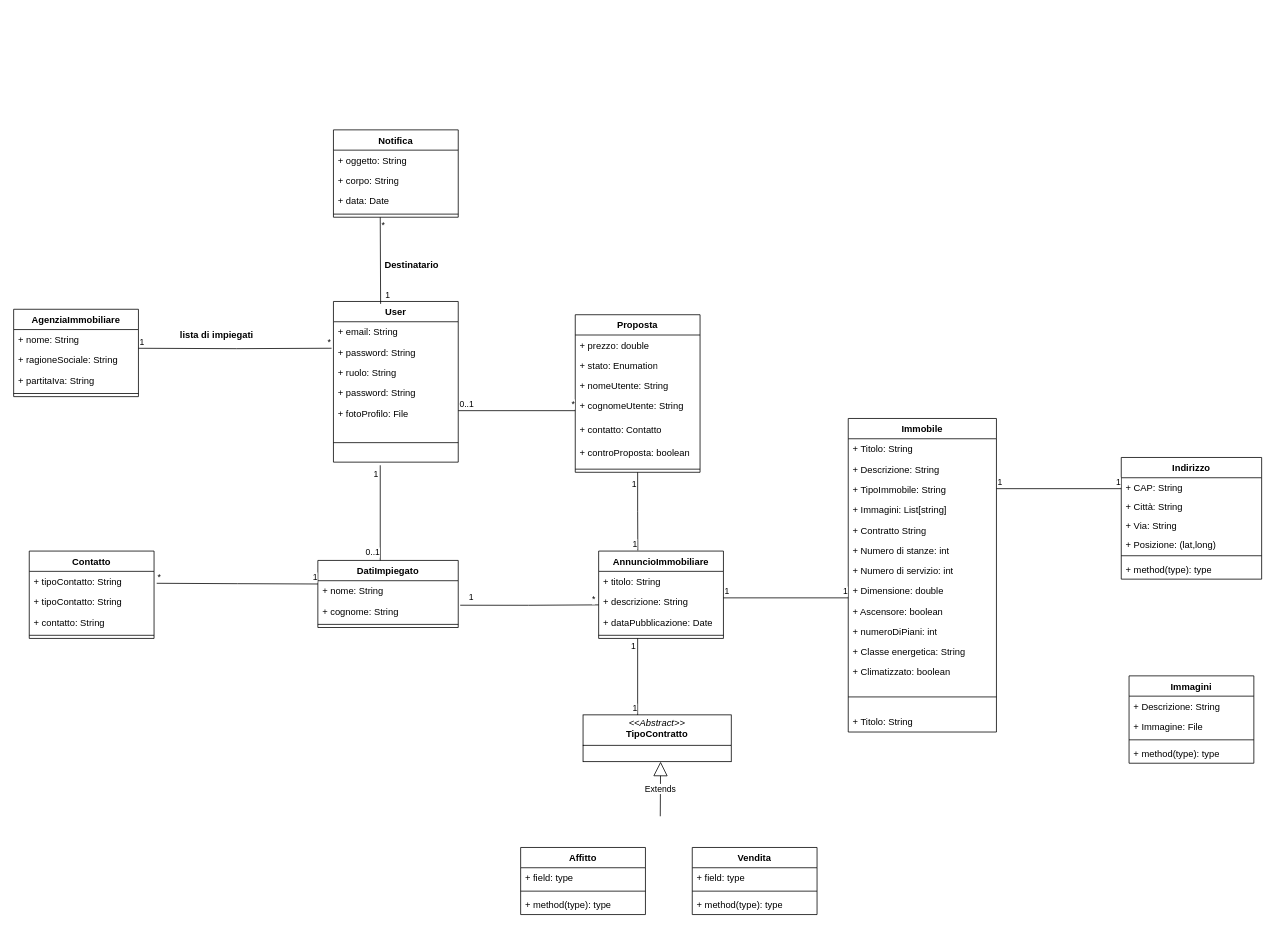
Sperob98/Documentazione-DietiEstates25 keeps this draw.io diagram as diagrammi/diagramma delle classi.drawio. Above is the earlier version. Source tidied: cells renumbered, new cells numbered last; positions are measured from the earlier drawing's top-left corner, leaving out a move shared by most shapes. Both pictures are drawn from the tidied source at 78%, with x=0, y=0 at pixel (13, 129).
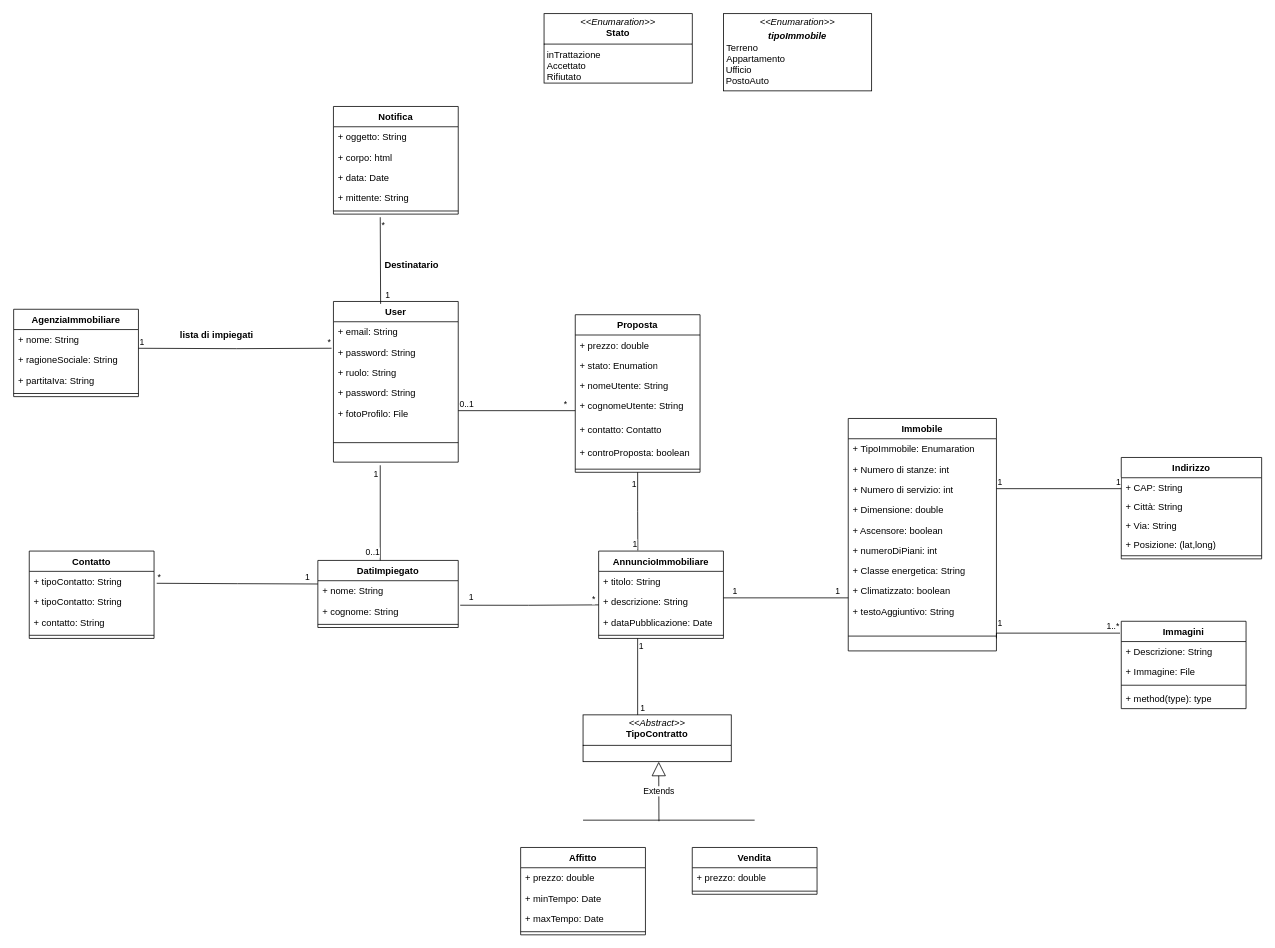
After the change.

The change refers to these unchanged cells:
```xml
<mxCell id="66" style="endArrow=none;html=1;edgeStyle=orthogonalEdgeStyle;rounded=0;entryX=-0.015;entryY=0.306;entryDx=0;entryDy=0;entryPerimeter=0;exitX=1.021;exitY=0.888;exitDx=0;exitDy=0;exitPerimeter=0;" parent="1" edge="1">
  <mxGeometry relative="1" as="geometry">
    <mxPoint x="183.4" y="581.3" as="sourcePoint" />
    <mxPoint x="390" y="582.2" as="targetPoint" />
  </mxGeometry>
</mxCell>
<mxCell id="80" style="endArrow=none;html=1;edgeStyle=orthogonalEdgeStyle;rounded=0;" parent="1" edge="1">
  <mxGeometry relative="1" as="geometry">
    <mxPoint x="910" y="600" as="sourcePoint" />
    <mxPoint x="1070" y="600" as="targetPoint" />
  </mxGeometry>
</mxCell>
<mxCell id="83" style="endArrow=none;html=1;edgeStyle=orthogonalEdgeStyle;rounded=0;" parent="1" edge="1">
  <mxGeometry relative="1" as="geometry">
    <mxPoint x="800" y="652" as="sourcePoint" />
    <mxPoint x="800" y="750" as="targetPoint" />
  </mxGeometry>
</mxCell>
<mxCell id="100" style="endArrow=none;html=1;edgeStyle=orthogonalEdgeStyle;rounded=0;" parent="1" edge="1">
  <mxGeometry relative="1" as="geometry">
    <mxPoint x="570" y="360" as="sourcePoint" />
    <mxPoint x="720" y="360" as="targetPoint" />
  </mxGeometry>
</mxCell>
```

Change to the diagram source:
```diff
@@
     <mxCell id="2" value="Immobile" style="swimlane;fontStyle=1;align=center;verticalAlign=top;horizontal=1;startSize=26;whiteSpace=wrap;html=1;" parent="1" vertex="1">
-      <mxGeometry x="1070" y="370" width="190" height="402" as="geometry" />
+      <mxGeometry x="1070" y="370" width="190" height="298" as="geometry" />
     </mxCell>
-    <mxCell id="3" value="+ Titolo: String" style="text;strokeColor=none;fillColor=none;align=left;verticalAlign=top;spacingLeft=4;spacingRight=4;overflow=hidden;whiteSpace=wrap;html=1;" parent="2" vertex="1">
-      <mxGeometry y="26" width="190" height="26" as="geometry" />
-    </mxCell>
-    <mxCell id="4" value="+ Descrizione: String" style="text;strokeColor=none;fillColor=none;align=left;verticalAlign=top;spacingLeft=4;spacingRight=4;overflow=hidden;whiteSpace=wrap;html=1;" parent="2" vertex="1">
-      <mxGeometry y="52" width="190" height="26" as="geometry" />
-    </mxCell>
-    <mxCell id="5" value="+ TipoImmobile: String" style="text;strokeColor=none;fillColor=none;align=left;verticalAlign=top;spacingLeft=4;spacingRight=4;overflow=hidden;whiteSpace=wrap;html=1;" parent="2" vertex="1">
-      <mxGeometry y="78" width="190" height="26" as="geometry" />
+    <mxCell id="5" value="+ TipoImmobile: Enumaration" style="text;strokeColor=none;fillColor=none;align=left;verticalAlign=top;spacingLeft=4;spacingRight=4;overflow=hidden;whiteSpace=wrap;html=1;" parent="2" vertex="1">
+      <mxGeometry y="26" width="190" height="26" as="geometry" />
     </mxCell>
-    <mxCell id="6" value="+ Immagini: List[string]" style="text;strokeColor=none;fillColor=none;align=left;verticalAlign=top;spacingLeft=4;spacingRight=4;overflow=hidden;whiteSpace=wrap;html=1;" parent="2" vertex="1">
-      <mxGeometry y="104" width="190" height="26" as="geometry" />
-    </mxCell>
-    <mxCell id="7" value="+ Contratto String&lt;div&gt;&lt;br&gt;&lt;/div&gt;" style="text;strokeColor=none;fillColor=none;align=left;verticalAlign=top;spacingLeft=4;spacingRight=4;overflow=hidden;whiteSpace=wrap;html=1;" parent="2" vertex="1">
-      <mxGeometry y="130" width="190" height="26" as="geometry" />
-    </mxCell>
     <mxCell id="8" value="+ Numero di stanze: int&lt;div&gt;&lt;br&gt;&lt;/div&gt;" style="text;strokeColor=none;fillColor=none;align=left;verticalAlign=top;spacingLeft=4;spacingRight=4;overflow=hidden;whiteSpace=wrap;html=1;" parent="2" vertex="1">
-      <mxGeometry y="156" width="190" height="26" as="geometry" />
+      <mxGeometry y="52" width="190" height="26" as="geometry" />
     </mxCell>
     <mxCell id="9" value="+ Numero di servizio: int&lt;div&gt;&lt;br&gt;&lt;/div&gt;" style="text;strokeColor=none;fillColor=none;align=left;verticalAlign=top;spacingLeft=4;spacingRight=4;overflow=hidden;whiteSpace=wrap;html=1;" parent="2" vertex="1">
-      <mxGeometry y="182" width="190" height="26" as="geometry" />
+      <mxGeometry y="78" width="190" height="26" as="geometry" />
     </mxCell>
     <mxCell id="10" value="+ Dimensione: double&lt;div&gt;&lt;br&gt;&lt;div&gt;&lt;br&gt;&lt;/div&gt;&lt;/div&gt;" style="text;strokeColor=none;fillColor=none;align=left;verticalAlign=top;spacingLeft=4;spacingRight=4;overflow=hidden;whiteSpace=wrap;html=1;" parent="2" vertex="1">
-      <mxGeometry y="208" width="190" height="26" as="geometry" />
+      <mxGeometry y="104" width="190" height="26" as="geometry" />
     </mxCell>
     <mxCell id="11" value="+ Ascensore: boolean&lt;div&gt;&lt;br&gt;&lt;/div&gt;" style="text;strokeColor=none;fillColor=none;align=left;verticalAlign=top;spacingLeft=4;spacingRight=4;overflow=hidden;whiteSpace=wrap;html=1;" parent="2" vertex="1">
-      <mxGeometry y="234" width="190" height="26" as="geometry" />
+      <mxGeometry y="130" width="190" height="26" as="geometry" />
     </mxCell>
     <mxCell id="12" value="+ numeroDiPiani: int&lt;div&gt;&lt;br&gt;&lt;/div&gt;" style="text;strokeColor=none;fillColor=none;align=left;verticalAlign=top;spacingLeft=4;spacingRight=4;overflow=hidden;whiteSpace=wrap;html=1;" parent="2" vertex="1">
-      <mxGeometry y="260" width="190" height="26" as="geometry" />
+      <mxGeometry y="156" width="190" height="26" as="geometry" />
     </mxCell>
     <mxCell id="13" value="+ Classe energetica: String&lt;div&gt;&lt;br&gt;&lt;/div&gt;" style="text;strokeColor=none;fillColor=none;align=left;verticalAlign=top;spacingLeft=4;spacingRight=4;overflow=hidden;whiteSpace=wrap;html=1;" parent="2" vertex="1">
-      <mxGeometry y="286" width="190" height="26" as="geometry" />
+      <mxGeometry y="182" width="190" height="26" as="geometry" />
     </mxCell>
     <mxCell id="14" value="+ Climatizzato: boolean&lt;div&gt;&lt;br&gt;&lt;/div&gt;" style="text;strokeColor=none;fillColor=none;align=left;verticalAlign=top;spacingLeft=4;spacingRight=4;overflow=hidden;whiteSpace=wrap;html=1;" parent="2" vertex="1">
-      <mxGeometry y="312" width="190" height="26" as="geometry" />
+      <mxGeometry y="208" width="190" height="26" as="geometry" />
     </mxCell>
+    <mxCell id="110" value="+ testoAggiuntivo: String&lt;div&gt;&lt;br&gt;&lt;/div&gt;" style="text;strokeColor=none;fillColor=none;align=left;verticalAlign=top;spacingLeft=4;spacingRight=4;overflow=hidden;whiteSpace=wrap;html=1;" parent="2" vertex="1">
+      <mxGeometry y="234" width="190" height="26" as="geometry" />
+    </mxCell>
     <mxCell id="15" style="line;strokeWidth=1;fillColor=none;align=left;verticalAlign=middle;spacingTop=-1;spacingLeft=3;spacingRight=3;labelPosition=right;strokeColor=inherit;" parent="2" vertex="1">
-      <mxGeometry y="338" width="190" height="38" as="geometry" />
+      <mxGeometry y="260" width="190" height="38" as="geometry" />
     </mxCell>
-    <mxCell id="16" value="+ Titolo: String" style="text;strokeColor=none;fillColor=none;align=left;verticalAlign=top;spacingLeft=4;spacingRight=4;overflow=hidden;whiteSpace=wrap;html=1;" parent="2" vertex="1">
-      <mxGeometry y="376" width="190" height="26" as="geometry" />
-    </mxCell>
     <mxCell id="17" value="Indirizzo&lt;div&gt;&lt;br&gt;&lt;/div&gt;" style="swimlane;fontStyle=1;align=center;verticalAlign=top;horizontal=1;startSize=26;whiteSpace=wrap;html=1;" parent="1" vertex="1">
-      <mxGeometry x="1420" y="420" width="180" height="156" as="geometry" />
+      <mxGeometry x="1420" y="420" width="180" height="130" as="geometry" />
     </mxCell>
@@
-    <mxCell id="23" value="+ method(type): type" style="text;strokeColor=none;fillColor=none;align=left;verticalAlign=top;spacingLeft=4;spacingRight=4;overflow=hidden;whiteSpace=wrap;html=1;" parent="17" vertex="1">
-      <mxGeometry y="130" width="180" height="26" as="geometry" />
-    </mxCell>
     <mxCell id="24" value="Immagini" style="swimlane;fontStyle=1;align=center;verticalAlign=top;horizontal=1;startSize=26;whiteSpace=wrap;html=1;" parent="1" vertex="1">
-      <mxGeometry x="1430" y="700" width="160" height="112" as="geometry" />
+      <mxGeometry x="1420" y="630" width="160" height="112" as="geometry" />
     </mxCell>
@@
     <mxCell id="32" value="Affitto" style="swimlane;fontStyle=1;align=center;verticalAlign=top;horizontal=1;startSize=26;whiteSpace=wrap;html=1;" parent="1" vertex="1">
-      <mxGeometry x="650" y="920" width="160" height="86" as="geometry" />
+      <mxGeometry x="650" y="920" width="160" height="112" as="geometry" />
     </mxCell>
-    <mxCell id="33" value="+ field: type" style="text;strokeColor=none;fillColor=none;align=left;verticalAlign=top;spacingLeft=4;spacingRight=4;overflow=hidden;whiteSpace=wrap;html=1;" parent="32" vertex="1">
+    <mxCell id="33" value="+ prezzo: double" style="text;strokeColor=none;fillColor=none;align=left;verticalAlign=top;spacingLeft=4;spacingRight=4;overflow=hidden;whiteSpace=wrap;html=1;" parent="32" vertex="1">
       <mxGeometry y="26" width="160" height="26" as="geometry" />
     </mxCell>
+    <mxCell id="111" value="+ minTempo: Date" style="text;strokeColor=none;fillColor=none;align=left;verticalAlign=top;spacingLeft=4;spacingRight=4;overflow=hidden;whiteSpace=wrap;html=1;" parent="32" vertex="1">
+      <mxGeometry y="52" width="160" height="26" as="geometry" />
+    </mxCell>
+    <mxCell id="112" value="+ maxTempo: Date" style="text;strokeColor=none;fillColor=none;align=left;verticalAlign=top;spacingLeft=4;spacingRight=4;overflow=hidden;whiteSpace=wrap;html=1;" parent="32" vertex="1">
+      <mxGeometry y="78" width="160" height="26" as="geometry" />
+    </mxCell>
     <mxCell id="34" style="line;strokeWidth=1;fillColor=none;align=left;verticalAlign=middle;spacingTop=-1;spacingLeft=3;spacingRight=3;labelPosition=right;strokeColor=inherit;" parent="32" vertex="1">
-      <mxGeometry y="52" width="160" height="8" as="geometry" />
+      <mxGeometry y="104" width="160" height="8" as="geometry" />
     </mxCell>
-    <mxCell id="35" value="+ method(type): type" style="text;strokeColor=none;fillColor=none;align=left;verticalAlign=top;spacingLeft=4;spacingRight=4;overflow=hidden;whiteSpace=wrap;html=1;" parent="32" vertex="1">
-      <mxGeometry y="60" width="160" height="26" as="geometry" />
-    </mxCell>
     <mxCell id="36" value="Vendita" style="swimlane;fontStyle=1;align=center;verticalAlign=top;horizontal=1;startSize=26;whiteSpace=wrap;html=1;" parent="1" vertex="1">
-      <mxGeometry x="870" y="920" width="160" height="86" as="geometry" />
+      <mxGeometry x="870" y="920" width="160" height="60" as="geometry" />
     </mxCell>
-    <mxCell id="37" value="+ field: type" style="text;strokeColor=none;fillColor=none;align=left;verticalAlign=top;spacingLeft=4;spacingRight=4;overflow=hidden;whiteSpace=wrap;html=1;" parent="36" vertex="1">
+    <mxCell id="37" value="+ prezzo: double" style="text;strokeColor=none;fillColor=none;align=left;verticalAlign=top;spacingLeft=4;spacingRight=4;overflow=hidden;whiteSpace=wrap;html=1;" parent="36" vertex="1">
       <mxGeometry y="26" width="160" height="26" as="geometry" />
     </mxCell>
@@
-    <mxCell id="39" value="+ method(type): type" style="text;strokeColor=none;fillColor=none;align=left;verticalAlign=top;spacingLeft=4;spacingRight=4;overflow=hidden;whiteSpace=wrap;html=1;" parent="36" vertex="1">
-      <mxGeometry y="60" width="160" height="26" as="geometry" />
-    </mxCell>
@@
     <mxCell id="68" value="1" style="edgeLabel;html=1;align=right;verticalAlign=bottom;" parent="66" vertex="1">
-      <mxGeometry x="1" relative="1" as="geometry" />
+      <mxGeometry x="1" relative="1" as="geometry">
+        <mxPoint x="-10" as="offset" />
+      </mxGeometry>
     </mxCell>
@@
     <mxCell id="81" value="1" style="edgeLabel;html=1;align=left;verticalAlign=bottom;" parent="80" vertex="1">
-      <mxGeometry x="-1" relative="1" as="geometry" />
+      <mxGeometry x="-1" relative="1" as="geometry">
+        <mxPoint x="10" as="offset" />
+      </mxGeometry>
     </mxCell>
     <mxCell id="82" value="1" style="edgeLabel;html=1;align=right;verticalAlign=bottom;" parent="80" vertex="1">
-      <mxGeometry x="1" relative="1" as="geometry" />
+      <mxGeometry x="1" relative="1" as="geometry">
+        <mxPoint x="-10" as="offset" />
+      </mxGeometry>
     </mxCell>
@@
     <mxCell id="84" value="1" style="edgeLabel;html=1;align=left;verticalAlign=bottom;" parent="83" vertex="1">
       <mxGeometry x="-1" relative="1" as="geometry">
-        <mxPoint x="-10" y="18" as="offset" />
+        <mxPoint y="18" as="offset" />
       </mxGeometry>
     </mxCell>
     <mxCell id="85" value="1" style="edgeLabel;html=1;align=right;verticalAlign=bottom;" parent="83" vertex="1">
-      <mxGeometry x="1" relative="1" as="geometry" />
+      <mxGeometry x="1" relative="1" as="geometry">
+        <mxPoint x="10" as="offset" />
+      </mxGeometry>
     </mxCell>
     <mxCell id="86" value="Notifica" style="swimlane;fontStyle=1;align=center;verticalAlign=top;horizontal=1;startSize=26;whiteSpace=wrap;html=1;" parent="1" vertex="1">
-      <mxGeometry x="410" width="160" height="112" as="geometry" />
+      <mxGeometry x="410" y="-30" width="160" height="138" as="geometry" />
     </mxCell>
@@
-    <mxCell id="88" value="+ corpo: String" style="text;strokeColor=none;fillColor=none;align=left;verticalAlign=top;spacingLeft=4;spacingRight=4;overflow=hidden;whiteSpace=wrap;html=1;" parent="86" vertex="1">
+    <mxCell id="88" value="+ corpo: html" style="text;strokeColor=none;fillColor=none;align=left;verticalAlign=top;spacingLeft=4;spacingRight=4;overflow=hidden;whiteSpace=wrap;html=1;" parent="86" vertex="1">
       <mxGeometry y="52" width="160" height="26" as="geometry" />
     </mxCell>
@@
+    <mxCell id="113" value="+ mittente: String" style="text;strokeColor=none;fillColor=none;align=left;verticalAlign=top;spacingLeft=4;spacingRight=4;overflow=hidden;whiteSpace=wrap;html=1;" parent="86" vertex="1">
+      <mxGeometry y="104" width="160" height="26" as="geometry" />
+    </mxCell>
     <mxCell id="90" style="line;strokeWidth=1;fillColor=none;align=left;verticalAlign=middle;spacingTop=-1;spacingLeft=3;spacingRight=3;labelPosition=right;strokeColor=inherit;" parent="86" vertex="1">
-      <mxGeometry y="104" width="160" height="8" as="geometry" />
+      <mxGeometry y="130" width="160" height="8" as="geometry" />
     </mxCell>
-    <mxCell id="91" value="Extends" style="endArrow=block;endSize=16;endFill=0;html=1;rounded=0;" parent="1" edge="1">
+    <mxCell id="91" value="Extends" style="endArrow=block;endSize=16;endFill=0;html=1;rounded=0;exitX=0.973;exitY=0.633;exitDx=0;exitDy=0;exitPerimeter=0;" parent="1" edge="1" source="115">
       <mxGeometry relative="1" as="geometry">
-        <mxPoint x="829" y="880" as="sourcePoint" />
-        <mxPoint x="829.4" y="810" as="targetPoint" />
+        <mxPoint x="827" y="810" as="targetPoint" />
       </mxGeometry>
     </mxCell>
@@
     <mxCell id="102" value="*" style="edgeLabel;html=1;align=right;verticalAlign=bottom;" parent="100" vertex="1">
-      <mxGeometry x="1" relative="1" as="geometry" />
+      <mxGeometry x="1" relative="1" as="geometry">
+        <mxPoint x="-10" as="offset" />
+      </mxGeometry>
     </mxCell>
@@
+    <mxCell id="114" value="&lt;p style=&quot;margin:0px;margin-top:4px;text-align:center;&quot;&gt;&lt;i&gt;&amp;lt;&amp;lt;Enumaration&amp;gt;&amp;gt;&lt;/i&gt;&lt;br&gt;&lt;b&gt;Stato&lt;/b&gt;&lt;/p&gt;&lt;hr size=&quot;1&quot; style=&quot;border-style:solid;&quot;&gt;&lt;p style=&quot;margin:0px;margin-left:4px;&quot;&gt;inTrattazione&lt;/p&gt;&lt;p style=&quot;margin:0px;margin-left:4px;&quot;&gt;Accettato&lt;/p&gt;&lt;p style=&quot;margin:0px;margin-left:4px;&quot;&gt;Rifiutato&lt;/p&gt;&lt;div&gt;&lt;span style=&quot;background-color: transparent; color: light-dark(rgb(0, 0, 0), rgb(255, 255, 255));&quot;&gt;&lt;br&gt;&lt;/span&gt;&lt;/div&gt;&lt;hr size=&quot;1&quot; style=&quot;border-style:solid;&quot;&gt;&lt;p style=&quot;margin:0px;margin-left:4px;&quot;&gt;&lt;br&gt;&lt;/p&gt;" style="verticalAlign=top;align=left;overflow=fill;html=1;whiteSpace=wrap;" parent="1" vertex="1">
+      <mxGeometry x="680" y="-149" width="190" height="89" as="geometry" />
+    </mxCell>
+    <mxCell id="115" style="line;strokeWidth=1;fillColor=none;align=left;verticalAlign=middle;spacingTop=-1;spacingLeft=3;spacingRight=3;labelPosition=right;points=[];portConstraint=eastwest;strokeColor=inherit;" parent="1" vertex="1">
+      <mxGeometry x="730" y="880" width="100" height="10" as="geometry" />
+    </mxCell>
+    <mxCell id="116" style="line;strokeWidth=1;fillColor=none;align=left;verticalAlign=middle;spacingTop=-1;spacingLeft=3;spacingRight=3;labelPosition=right;strokeColor=inherit;" parent="1" vertex="1">
+      <mxGeometry x="830" y="880" width="120" height="10" as="geometry" />
+    </mxCell>
+    <mxCell id="117" style="endArrow=none;html=1;edgeStyle=orthogonalEdgeStyle;rounded=0;entryX=-0.01;entryY=0.136;entryDx=0;entryDy=0;entryPerimeter=0;" parent="1" edge="1" target="24">
+      <mxGeometry relative="1" as="geometry">
+        <mxPoint x="1260" y="652" as="sourcePoint" />
+        <Array as="points">
+          <mxPoint x="1260" y="645" />
+        </Array>
+      </mxGeometry>
+    </mxCell>
+    <mxCell id="118" value="1" style="edgeLabel;html=1;align=left;verticalAlign=bottom;" parent="117" vertex="1">
+      <mxGeometry x="-1" relative="1" as="geometry">
+        <mxPoint y="-12" as="offset" />
+      </mxGeometry>
+    </mxCell>
+    <mxCell id="119" value="1..*" style="edgeLabel;html=1;align=right;verticalAlign=bottom;" parent="117" vertex="1">
+      <mxGeometry x="1" relative="1" as="geometry" />
+    </mxCell>
+    <mxCell id="120" value="&lt;p style=&quot;margin:0px;margin-top:4px;text-align:center;&quot;&gt;&lt;i&gt;&amp;lt;&amp;lt;Enumaration&amp;gt;&amp;gt;&lt;/i&gt;&lt;br&gt;&lt;/p&gt;&lt;p style=&quot;margin:0px;margin-top:4px;text-align:center;&quot;&gt;&lt;i&gt;&lt;b&gt;tipoImmobile&lt;/b&gt;&lt;/i&gt;&lt;/p&gt;&lt;p style=&quot;margin:0px;margin-left:4px;&quot;&gt;&lt;span style=&quot;background-color: transparent; color: light-dark(rgb(0, 0, 0), rgb(255, 255, 255));&quot;&gt;Terreno&lt;/span&gt;&lt;/p&gt;&lt;p style=&quot;margin:0px;margin-left:4px;&quot;&gt;&lt;span style=&quot;background-color: transparent; color: light-dark(rgb(0, 0, 0), rgb(255, 255, 255));&quot;&gt;Appartamento&lt;/span&gt;&lt;/p&gt;&lt;div&gt;&lt;span style=&quot;background-color: transparent; color: light-dark(rgb(0, 0, 0), rgb(255, 255, 255));&quot;&gt;&amp;nbsp;Ufficio&lt;/span&gt;&lt;/div&gt;&lt;div&gt;&amp;nbsp;PostoAuto&lt;/div&gt;&lt;div&gt;&lt;span style=&quot;background-color: transparent; color: light-dark(rgb(0, 0, 0), rgb(255, 255, 255));&quot;&gt;&lt;br&gt;&lt;/span&gt;&lt;/div&gt;&lt;hr size=&quot;1&quot; style=&quot;border-style:solid;&quot;&gt;&lt;p style=&quot;margin:0px;margin-left:4px;&quot;&gt;&lt;br&gt;&lt;/p&gt;" style="verticalAlign=top;align=left;overflow=fill;html=1;whiteSpace=wrap;" parent="1" vertex="1">
+      <mxGeometry x="910" y="-149" width="190" height="99" as="geometry" />
+    </mxCell>
```
